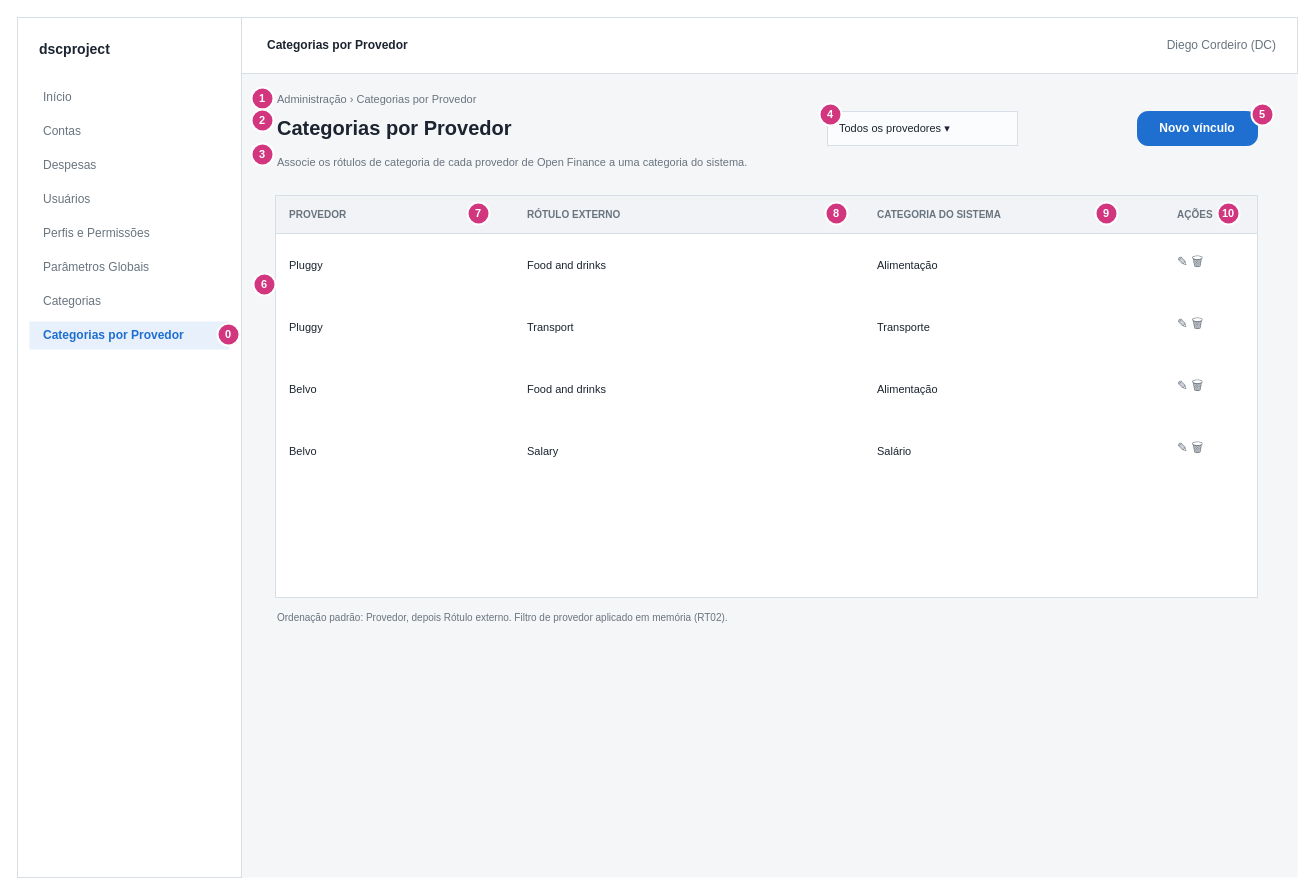
Before: page "7.4 Categorias por Provedor - Listagem" (4 of 5) of docs/modulos-sistema/04 - manter-categoria/prototipo/manter-categoria-prototipo.drawio in sgtchacald/dscproject-spring-mvc, a draw.io diagram. Source tidied: cells renumbered, new cells numbered last; positions are measured from the earlier drawing's top-left corner, leaving out a move shared by most shapes. Both pictures are drawn from the tidied source at 100%, with x=0, y=0 at pixel (17, 17).
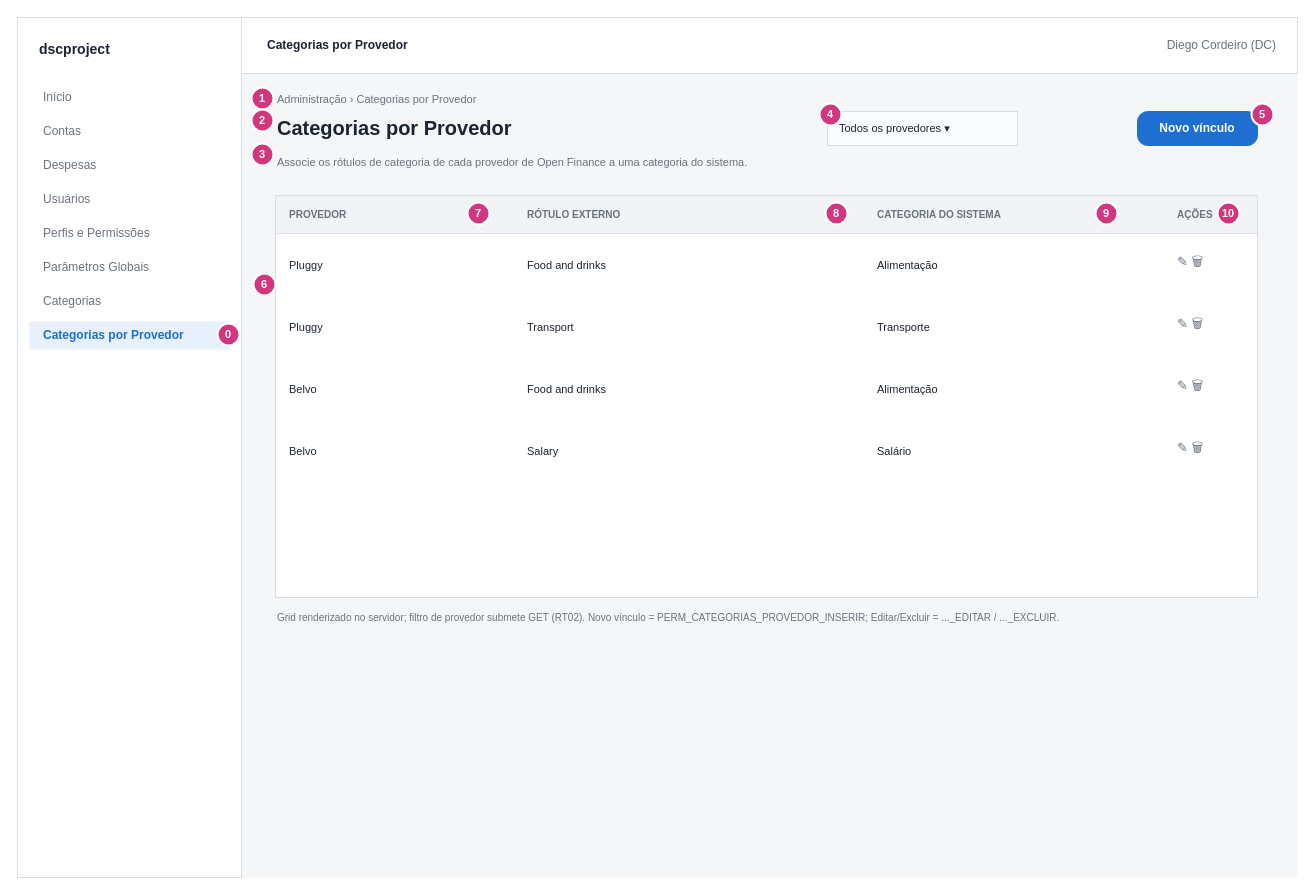
The same diagram, later.

What changed in the source:
```diff
@@
-    <mxCell id="32" style="endArrow=none;html=1;strokeColor=#D8DEE6;" parent="1" edge="1">
-      <mxGeometry as="geometry">
-        <Array as="points">
-          <mxPoint x="258" y="278" />
-          <mxPoint x="1240" y="278" />
-        </Array>
-      </mxGeometry>
-    </mxCell>
+    <mxCell id="59" style="endArrow=none;html=1;strokeColor=#D8DEE6;" parent="1" edge="1">
+      <mxGeometry as="geometry">
+        <Array as="points">
+          <mxPoint x="258" y="278" />
+          <mxPoint x="1240" y="278" />
+        </Array>
+      </mxGeometry>
+    </mxCell>
@@
-    <mxCell id="37" style="endArrow=none;html=1;strokeColor=#D8DEE6;" parent="1" edge="1">
-      <mxGeometry as="geometry">
-        <Array as="points">
-          <mxPoint x="258" y="340" />
-          <mxPoint x="1240" y="340" />
-        </Array>
-      </mxGeometry>
-    </mxCell>
+    <mxCell id="60" style="endArrow=none;html=1;strokeColor=#D8DEE6;" parent="1" edge="1">
+      <mxGeometry as="geometry">
+        <Array as="points">
+          <mxPoint x="258" y="340" />
+          <mxPoint x="1240" y="340" />
+        </Array>
+      </mxGeometry>
+    </mxCell>
@@
-    <mxCell id="42" style="endArrow=none;html=1;strokeColor=#D8DEE6;" parent="1" edge="1">
-      <mxGeometry as="geometry">
-        <Array as="points">
-          <mxPoint x="258" y="402" />
-          <mxPoint x="1240" y="402" />
-        </Array>
-      </mxGeometry>
-    </mxCell>
+    <mxCell id="61" style="endArrow=none;html=1;strokeColor=#D8DEE6;" parent="1" edge="1">
+      <mxGeometry as="geometry">
+        <Array as="points">
+          <mxPoint x="258" y="402" />
+          <mxPoint x="1240" y="402" />
+        </Array>
+      </mxGeometry>
+    </mxCell>
@@
-    <mxCell id="47" value="Ordenação padrão: Provedor, depois Rótulo externo. Filtro de provedor aplicado em memória (RT02)." style="text;html=1;align=left;verticalAlign=middle;fontFamily=Helvetica;fontColor=#1B2430;fontSize=12;fontColor=#69747F;fontSize=10;" parent="1" vertex="1">
-      <mxGeometry x="258" y="592" width="982" height="16" as="geometry" />
-    </mxCell>
+    <mxCell id="62" value="Grid renderizado no servidor; filtro de provedor submete GET (RT02). Novo vínculo = PERM_CATEGORIAS_PROVEDOR_INSERIR; Editar/Excluir = ..._EDITAR / ..._EXCLUIR." style="text;html=1;align=left;verticalAlign=middle;fontFamily=Helvetica;fontColor=#1B2430;fontSize=12;fontColor=#69747F;fontSize=10;" parent="1" vertex="1">
+      <mxGeometry x="258" y="592" width="982" height="16" as="geometry" />
+    </mxCell>
```
